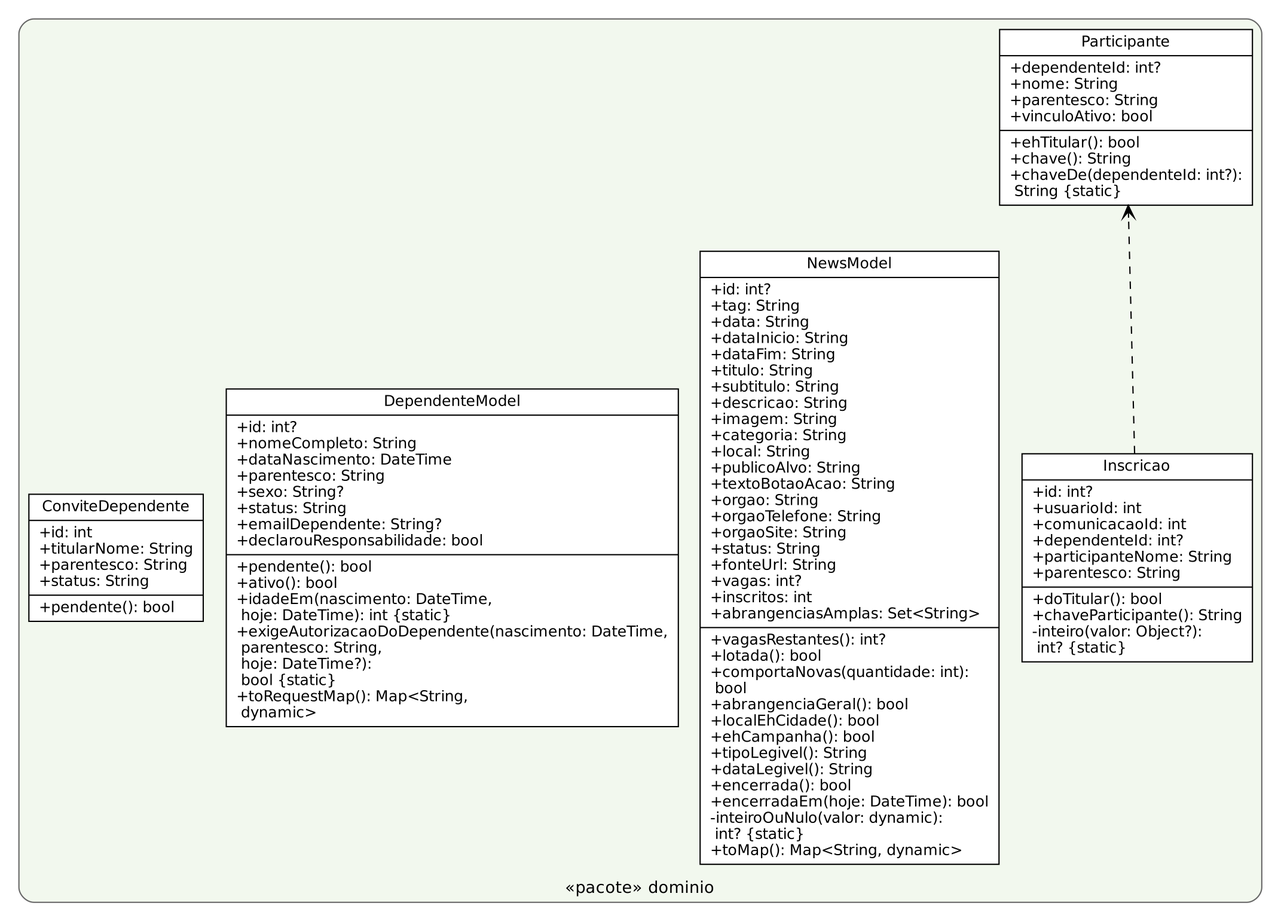
This is qualidade/diagramas/ex11b_classes_dominio.png from Conecta-Vida/Conecta-Vida-Mobile, a Graphviz export, as it was before one commit. Its source is kept beside it as qualidade/diagramas/ex11b_classes_dominio.dot.
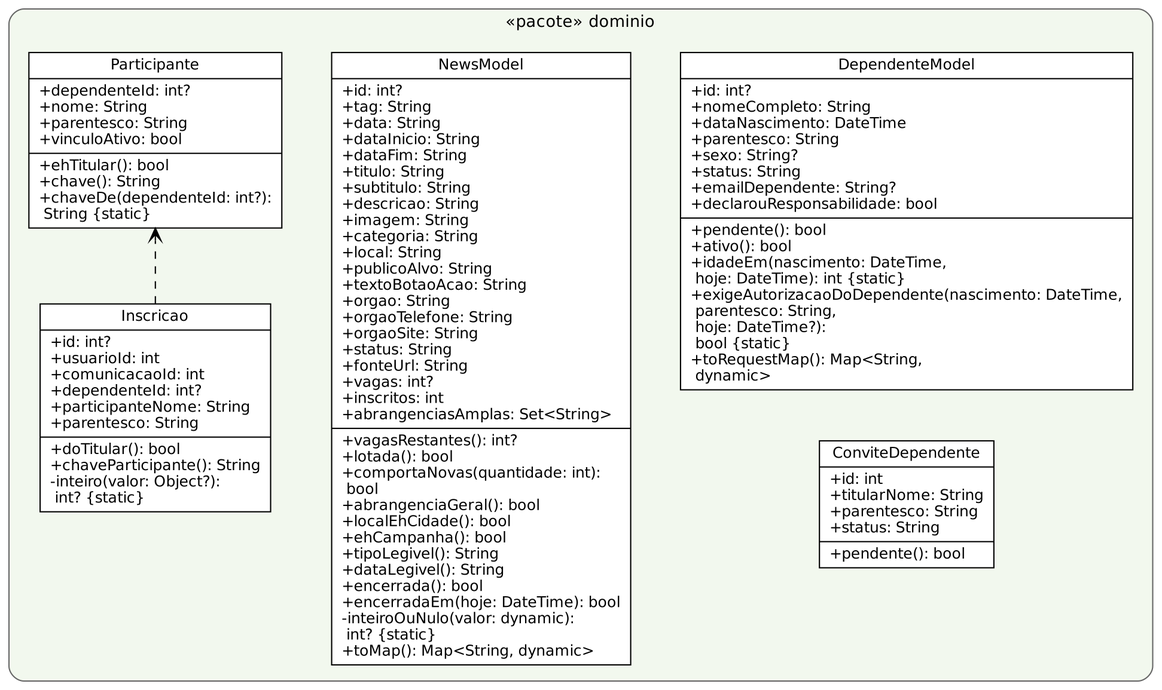
The same diagram one commit later.

Diff of the diagram source:
```diff
@@ -1,13 +1,13 @@
 digraph classes {
-rankdir=BT; nodesep=0.25; ranksep=0.5; pad=0.1; concentrate=true;
+graph [layout=nop2, pad=0.1, dpi=150];
 node [shape=record, fontname="DejaVu Sans", fontsize=12, style=filled, fillcolor="#ffffff"];
 edge [fontname="DejaVu Sans", fontsize=11];
-subgraph cluster_0 { label="«pacote» dominio"; style="rounded,filled"; fillcolor="#f2f8ee"; color=gray40; fontname="DejaVu Sans"; fontsize=13; labelloc=t;
-  Inscricao [label="{Inscricao|+id: int?\l+usuarioId: int\l+comunicacaoId: int\l+dependenteId: int?\l+participanteNome: String\l+parentesco: String\l|+doTitular(): bool\l+chaveParticipante(): String\l-inteiro(valor: Object?):\l      int? \{static\}\l}"];
-  Participante [label="{Participante|+dependenteId: int?\l+nome: String\l+parentesco: String\l+vinculoAtivo: bool\l|+ehTitular(): bool\l+chave(): String\l+chaveDe(dependenteId: int?):\l      String \{static\}\l}"];
-  NewsModel [label="{NewsModel|+id: int?\l+tag: String\l+data: String\l+dataInicio: String\l+dataFim: String\l+titulo: String\l+subtitulo: String\l+descricao: String\l+imagem: String\l+categoria: String\l+local: String\l+publicoAlvo: String\l+textoBotaoAcao: String\l+orgao: String\l+orgaoTelefone: String\l+orgaoSite: String\l+status: String\l+fonteUrl: String\l+vagas: int?\l+inscritos: int\l+abrangenciasAmplas: Set&lt;String&gt;\l|+vagasRestantes(): int?\l+lotada(): bool\l+comportaNovas(quantidade: int):\l      bool\l+abrangenciaGeral(): bool\l+localEhCidade(): bool\l+ehCampanha(): bool\l+tipoLegivel(): String\l+dataLegivel(): String\l+encerrada(): bool\l+encerradaEm(hoje: DateTime): bool\l-inteiroOuNulo(valor: dynamic):\l      int? \{static\}\l+toMap(): Map&lt;String, dynamic&gt;\l}"];
-  DependenteModel [label="{DependenteModel|+id: int?\l+nomeCompleto: String\l+dataNascimento: DateTime\l+parentesco: String\l+sexo: String?\l+status: String\l+emailDependente: String?\l+declarouResponsabilidade: bool\l|+pendente(): bool\l+ativo(): bool\l+idadeEm(nascimento: DateTime,\l      hoje: DateTime): int \{static\}\l+exigeAutorizacaoDoDependente(nascimento: DateTime,\l      parentesco: String,\l      hoje: DateTime?):\l      bool \{static\}\l+toRequestMap(): Map&lt;String,\l      dynamic&gt;\l}"];
-  ConviteDependente [label="{ConviteDependente|+id: int\l+titularNome: String\l+parentesco: String\l+status: String\l|+pendente(): bool\l}"];
+subgraph cluster_0 { label="«pacote» dominio"; style="rounded,filled"; fillcolor="#f2f8ee"; color=gray40; fontname="DejaVu Sans"; fontsize=13; labelloc=t; bb="0,0,918,540";
+  Inscricao [pos="117.5,219.5", label="{Inscricao|+id: int?\l+usuarioId: int\l+comunicacaoId: int\l+dependenteId: int?\l+participanteNome: String\l+parentesco: String\l|+doTitular(): bool\l+chaveParticipante(): String\l-inteiro(valor: Object?):\l      int? \{static\}\l}"];
+  Participante [pos="117.5,434.5", label="{Participante|+dependenteId: int?\l+nome: String\l+parentesco: String\l+vinculoAtivo: bool\l|+ehTitular(): bool\l+chave(): String\l+chaveDe(dependenteId: int?):\l      String \{static\}\l}"];
+  NewsModel [pos="379,259", label="{NewsModel|+id: int?\l+tag: String\l+data: String\l+dataInicio: String\l+dataFim: String\l+titulo: String\l+subtitulo: String\l+descricao: String\l+imagem: String\l+categoria: String\l+local: String\l+publicoAlvo: String\l+textoBotaoAcao: String\l+orgao: String\l+orgaoTelefone: String\l+orgaoSite: String\l+status: String\l+fonteUrl: String\l+vagas: int?\l+inscritos: int\l+abrangenciasAmplas: Set&lt;String&gt;\l|+vagasRestantes(): int?\l+lotada(): bool\l+comportaNovas(quantidade: int):\l      bool\l+abrangenciaGeral(): bool\l+localEhCidade(): bool\l+ehCampanha(): bool\l+tipoLegivel(): String\l+dataLegivel(): String\l+encerrada(): bool\l+encerradaEm(hoje: DateTime): bool\l-inteiroOuNulo(valor: dynamic):\l      int? \{static\}\l+toMap(): Map&lt;String, dynamic&gt;\l}"];
+  DependenteModel [pos="720.5,369.5", label="{DependenteModel|+id: int?\l+nomeCompleto: String\l+dataNascimento: DateTime\l+parentesco: String\l+sexo: String?\l+status: String\l+emailDependente: String?\l+declarouResponsabilidade: bool\l|+pendente(): bool\l+ativo(): bool\l+idadeEm(nascimento: DateTime,\l      hoje: DateTime): int \{static\}\l+exigeAutorizacaoDoDependente(nascimento: DateTime,\l      parentesco: String,\l      hoje: DateTime?):\l      bool \{static\}\l+toRequestMap(): Map&lt;String,\l      dynamic&gt;\l}"];
+  ConviteDependente [pos="720.5,142", label="{ConviteDependente|+id: int\l+titularNome: String\l+parentesco: String\l+status: String\l|+pendente(): bool\l}"];
 }
   Inscricao -> Participante [arrowhead=vee, style=dashed];
 }
```
